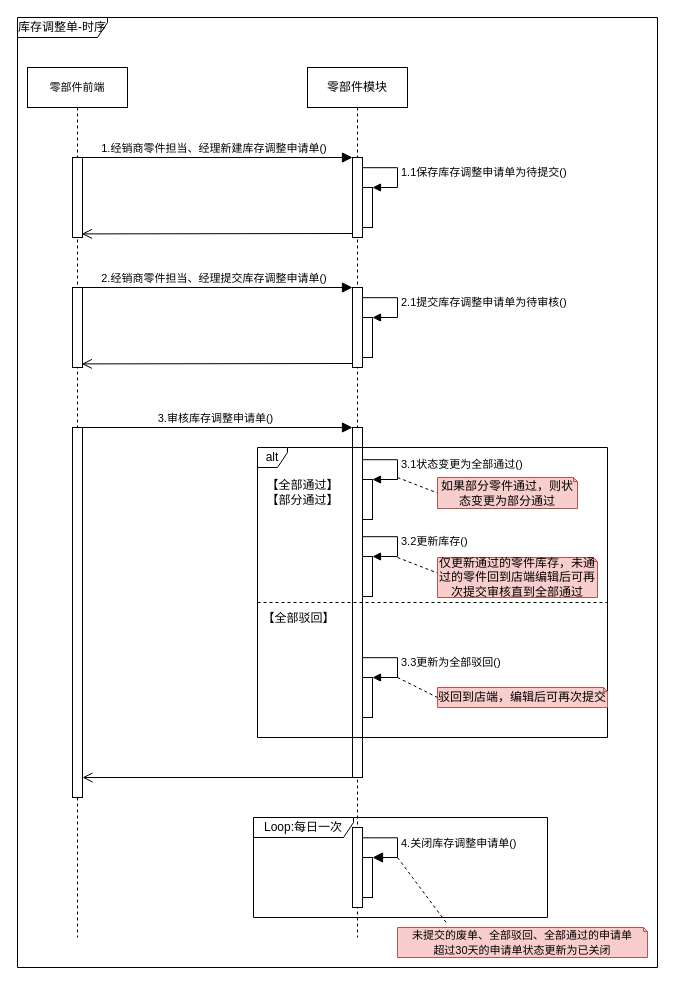
Earlier version of the draw.io diagram page "时序图" (1 of 4) of 库存调整申请单.drawio (1132489442/gitRepository1). Source tidied: cells renumbered, new cells numbered last; positions are measured from the earlier drawing's top-left corner, leaving out a move shared by most shapes. Both pictures are drawn from the tidied source at 100%, with x=0, y=0 at pixel (17, 17).
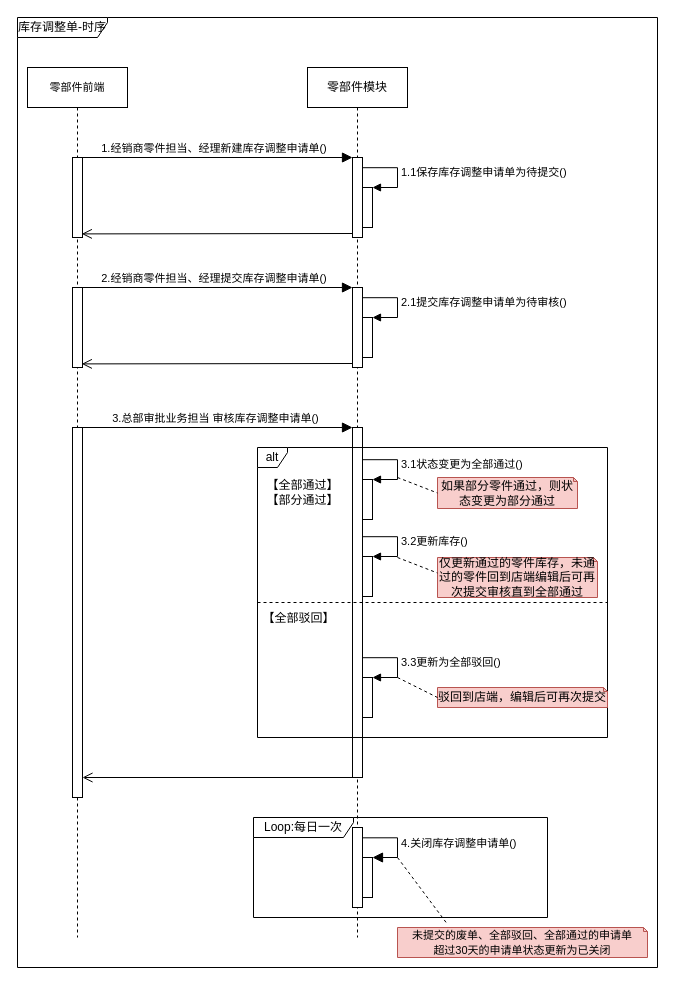
Above is the later version.

The change refers to these unchanged cells:
```xml
<mxCell id="9" style="html=1;points=[];perimeter=orthogonalPerimeter;" parent="1" vertex="1">
  <mxGeometry x="335" y="410" width="10" height="350" as="geometry" />
</mxCell>
```

The edit, as a diff of the source:
```diff
@@
-    <mxCell id="10" value="3.审核库存调整申请单()" style="html=1;verticalAlign=bottom;endArrow=block;entryX=0;entryY=0;rounded=0;endSize=8;" parent="1" edge="1" target="9">
+    <mxCell id="10" value="3.总部审批业务担当 审核库存调整申请单()" style="html=1;verticalAlign=bottom;endArrow=block;entryX=0;entryY=0;rounded=0;endSize=8;" parent="1" edge="1" target="9">
       <mxGeometry relative="1" as="geometry">
         <mxPoint x="60" y="410" as="sourcePoint" />
       </mxGeometry>
     </mxCell>
```
